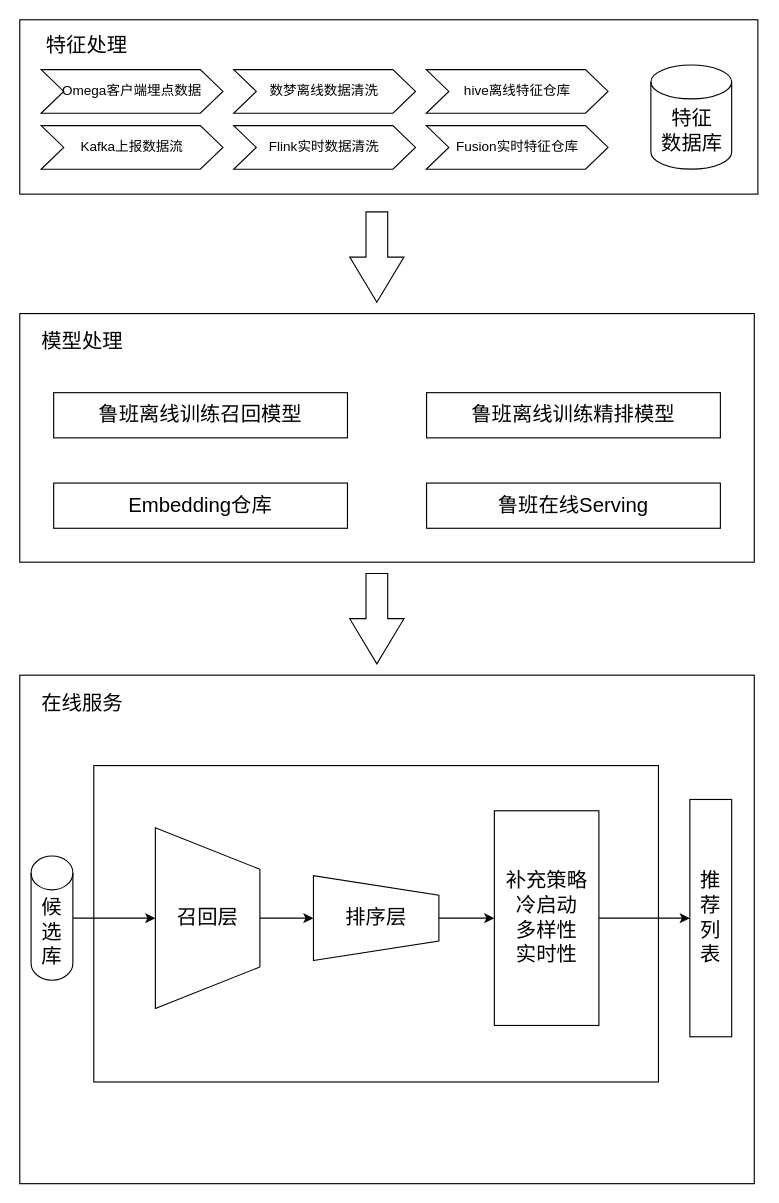
Before: scaffolds/推荐系统.drawio in cyejing/cyejingBlog-hexo, a draw.io diagram. Source tidied: cells renumbered, new cells numbered last; positions are measured from the earlier drawing's top-left corner, leaving out a move shared by most shapes. Both pictures are drawn from the tidied source at 113%, with x=0, y=0 at pixel (19, 19).
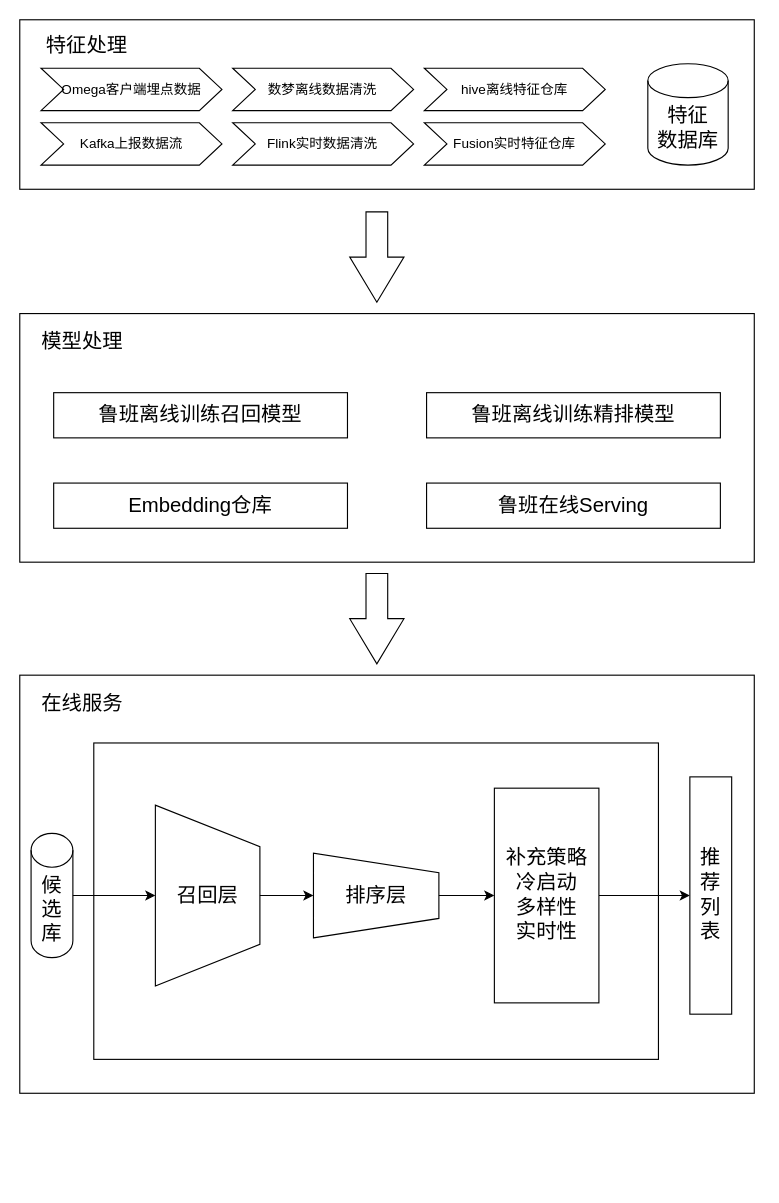
The same diagram, later.

Commit message:
更新推荐系统.drawio

Change to the diagram source:
```diff
@@
     <mxCell id="4" style="group;" parent="1" vertex="1">
-      <mxGeometry width="653.2" height="154.3" as="geometry" />
+      <mxGeometry width="650" height="150" as="geometry" />
     </mxCell>
     <mxCell id="5" style="rounded=0;whiteSpace=wrap;html=1;" parent="4" vertex="1">
-      <mxGeometry width="653.2" height="154.3" as="geometry" />
+      <mxGeometry width="650" height="150" as="geometry" />
     </mxCell>
     <mxCell id="6" value="特征处理" style="text;html=1;align=center;verticalAlign=middle;fillColor=none;strokeColor=none;rounded=0;fontSize=18;" parent="4" vertex="1">
-      <mxGeometry x="14.2" y="8.3" width="90" height="30" as="geometry" />
+      <mxGeometry x="14.1" y="8" width="90" height="30" as="geometry" />
     </mxCell>
     <mxCell id="7" value="Omega客户端埋点数据" style="shape=step;perimeter=stepPerimeter;whiteSpace=wrap;html=1;fixedSize=1;" parent="4" vertex="1">
-      <mxGeometry x="18.9" y="44.1" width="160.9" height="38.6" as="geometry" />
+      <mxGeometry x="18.8" y="42.9" width="160.1" height="37.5" as="geometry" />
     </mxCell>
     <mxCell id="8" value="数梦离线数据清洗" style="shape=step;perimeter=stepPerimeter;whiteSpace=wrap;html=1;fixedSize=1;" parent="4" vertex="1">
-      <mxGeometry x="189.3" y="44.1" width="160.9" height="38.6" as="geometry" />
+      <mxGeometry x="188.4" y="42.9" width="160.1" height="37.5" as="geometry" />
     </mxCell>
     <mxCell id="9" value="hive离线特征仓库" style="shape=step;perimeter=stepPerimeter;whiteSpace=wrap;html=1;fixedSize=1;" parent="4" vertex="1">
-      <mxGeometry x="359.7" y="44.1" width="160.9" height="38.6" as="geometry" />
+      <mxGeometry x="358" y="42.9" width="160.1" height="37.5" as="geometry" />
     </mxCell>
     <mxCell id="10" value="Kafka上报数据流" style="shape=step;perimeter=stepPerimeter;whiteSpace=wrap;html=1;fixedSize=1;" parent="4" vertex="1">
-      <mxGeometry x="18.9" y="93.7" width="160.9" height="38.6" as="geometry" />
+      <mxGeometry x="18.8" y="91.1" width="160.1" height="37.5" as="geometry" />
     </mxCell>
     <mxCell id="11" value="Flink实时数据清洗" style="shape=step;perimeter=stepPerimeter;whiteSpace=wrap;html=1;fixedSize=1;" parent="4" vertex="1">
-      <mxGeometry x="189.3" y="93.7" width="160.9" height="38.6" as="geometry" />
+      <mxGeometry x="188.4" y="91.1" width="160.1" height="37.5" as="geometry" />
     </mxCell>
     <mxCell id="12" value="Fusion实时特征仓库" style="shape=step;perimeter=stepPerimeter;whiteSpace=wrap;html=1;fixedSize=1;" parent="4" vertex="1">
-      <mxGeometry x="359.7" y="93.7" width="160.9" height="38.6" as="geometry" />
+      <mxGeometry x="358" y="91.1" width="160.1" height="37.5" as="geometry" />
     </mxCell>
     <mxCell id="13" value="特征&lt;br&gt;数据库" style="shape=cylinder3;whiteSpace=wrap;html=1;boundedLbl=1;backgroundOutline=1;size=15;fontSize=18;" parent="4" vertex="1">
-      <mxGeometry x="558.5" y="40" width="71.5" height="92.2" as="geometry" />
+      <mxGeometry x="555.8" y="38.9" width="71.1" height="89.7" as="geometry" />
     </mxCell>
@@
-    <mxCell id="20" style="group;" parent="1" vertex="1">
-      <mxGeometry y="580" width="650" height="450" as="geometry" />
-    </mxCell>
-    <mxCell id="21" style="rounded=0;whiteSpace=wrap;html=1;" parent="20" vertex="1">
-      <mxGeometry width="650" height="450" as="geometry" />
+    <mxCell id="21" style="rounded=0;whiteSpace=wrap;html=1;" parent="1" vertex="1">
+      <mxGeometry y="580" width="650" height="370" as="geometry" />
     </mxCell>
-    <mxCell id="22" value="在线服务" style="text;html=1;align=center;verticalAlign=middle;fillColor=none;strokeColor=none;rounded=0;fontSize=18;" parent="20" vertex="1">
-      <mxGeometry x="10" y="10" width="90" height="30" as="geometry" />
+    <mxCell id="22" value="在线服务" style="text;html=1;align=center;verticalAlign=middle;fillColor=none;strokeColor=none;rounded=0;fontSize=18;" parent="1" vertex="1">
+      <mxGeometry x="10" y="590" width="90" height="30" as="geometry" />
     </mxCell>
-    <mxCell id="23" style="group;" parent="20" vertex="1">
-      <mxGeometry x="10" y="80" width="620" height="280" as="geometry" />
+    <mxCell id="23" style="group;" parent="1" vertex="1">
+      <mxGeometry x="10" y="640" width="620" height="280" as="geometry" />
     </mxCell>
```
